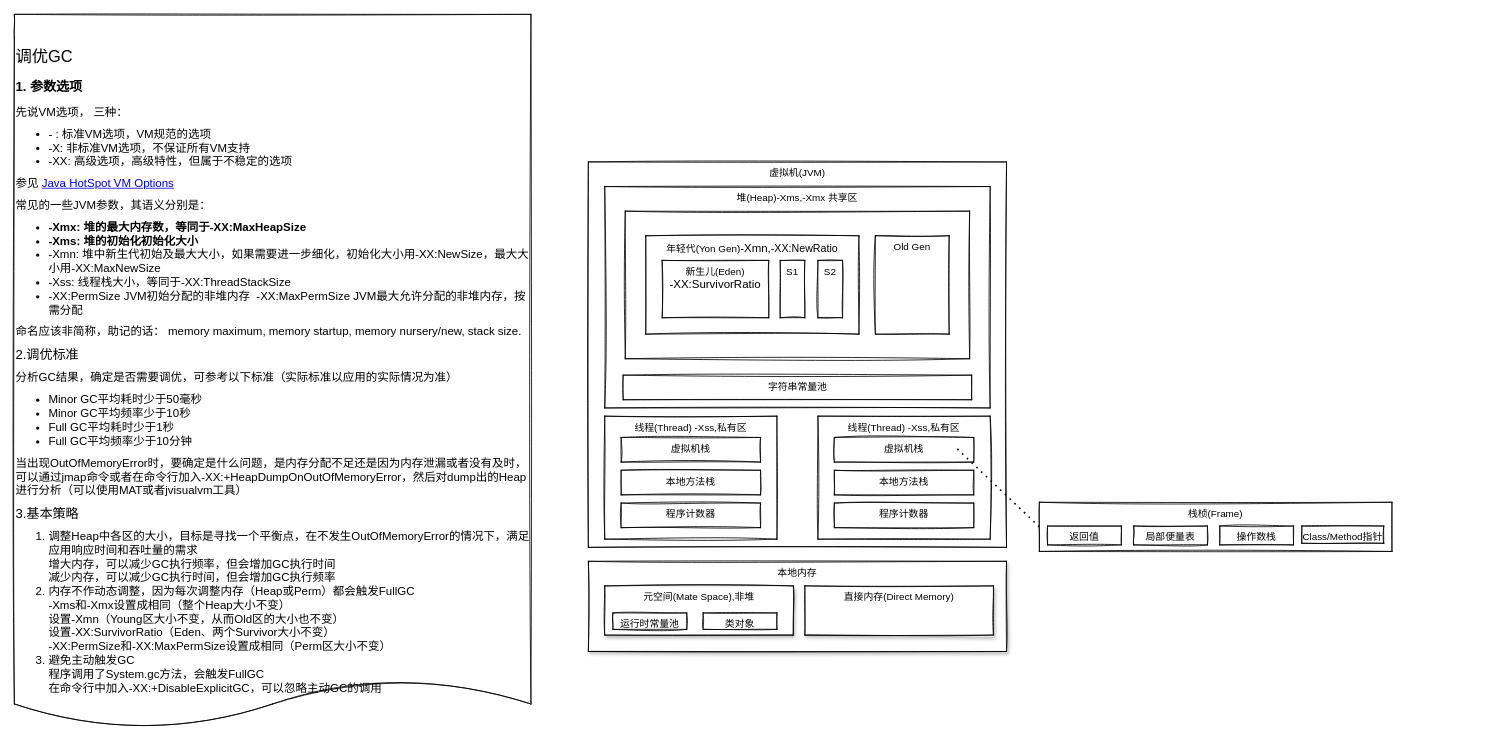
Earlier version of the draw.io diagram page "内存模型-1.8" (1 of 4) of jdk8/reader/JVM.drawio (Y-lenny/java-open). Source tidied: cells renumbered, new cells numbered last; positions are measured from the earlier drawing's top-left corner, leaving out a move shared by most shapes. Both pictures are drawn from the tidied source at 82%, with x=0, y=0 at pixel (14, 14).
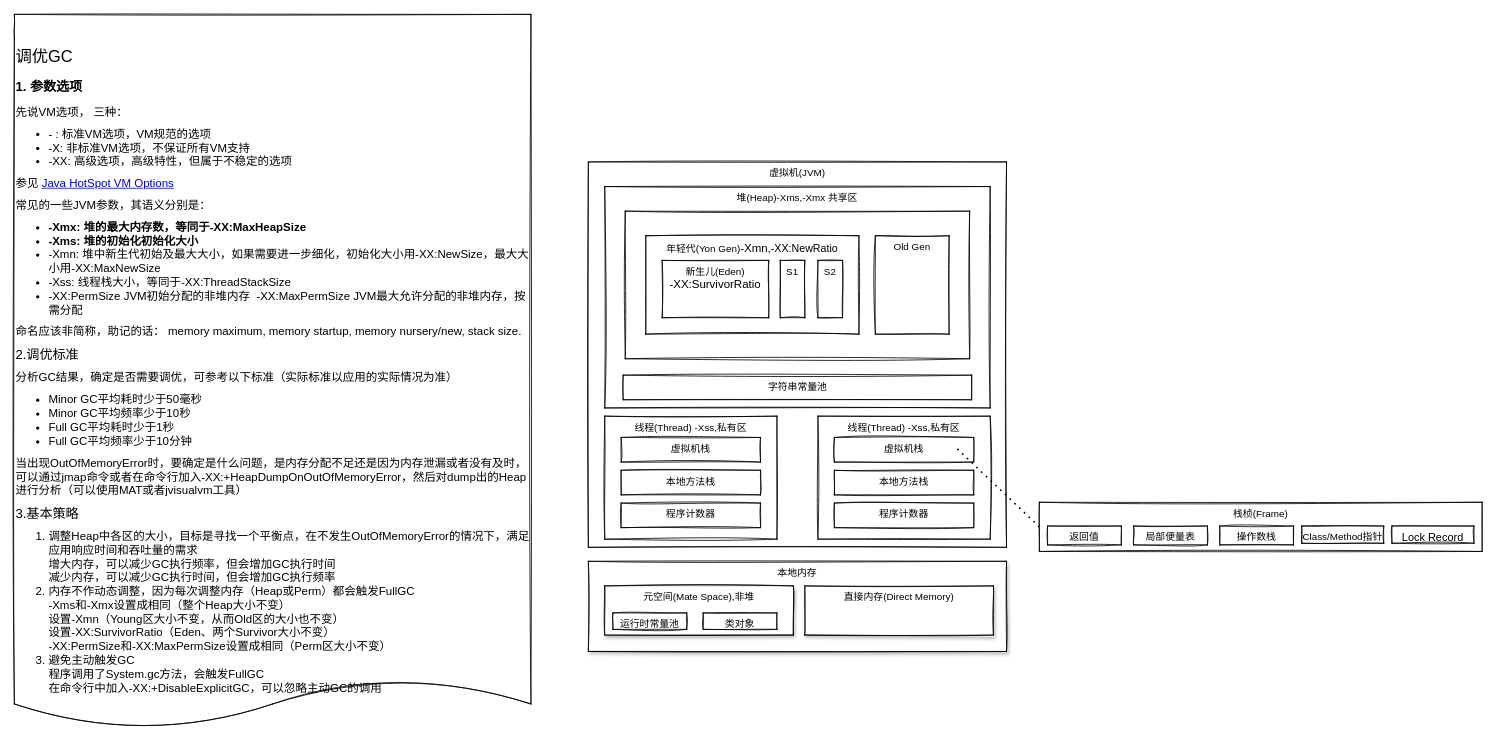
Above is the later version.

The edit, as a diff of the source:
```diff
@@
-    <mxCell id="30" style="group;" parent="1" vertex="1">
-      <mxGeometry x="1250" y="595" width="430" height="60" as="geometry" />
-    </mxCell>
+    <mxCell id="36" style="group;" parent="1" vertex="1">
+      <mxGeometry x="1250" y="595" width="540" height="60" as="geometry" />
+    </mxCell>
-    <mxCell id="31" value="栈桢(Frame)" style="whiteSpace=wrap;html=1;rounded=0;sketch=1;align=center;verticalAlign=top;" parent="30" vertex="1">
-      <mxGeometry width="430" height="60" as="geometry" />
+    <mxCell id="31" value="栈桢(Frame)" style="whiteSpace=wrap;html=1;rounded=0;sketch=1;align=center;verticalAlign=top;" parent="36" vertex="1">
+      <mxGeometry width="540" height="60" as="geometry" />
     </mxCell>
-    <mxCell id="32" value="返回值" style="rounded=0;whiteSpace=wrap;html=1;sketch=1;align=center;verticalAlign=top;" parent="30" vertex="1">
+    <mxCell id="32" value="返回值" style="rounded=0;whiteSpace=wrap;html=1;sketch=1;align=center;verticalAlign=top;" parent="36" vertex="1">
       <mxGeometry x="10" y="29" width="90" height="23" as="geometry" />
     </mxCell>
-    <mxCell id="33" value="局部便量表" style="rounded=0;whiteSpace=wrap;html=1;sketch=1;align=center;verticalAlign=top;" parent="30" vertex="1">
+    <mxCell id="33" value="局部便量表" style="rounded=0;whiteSpace=wrap;html=1;sketch=1;align=center;verticalAlign=top;" parent="36" vertex="1">
       <mxGeometry x="115" y="29" width="90" height="23" as="geometry" />
     </mxCell>
-    <mxCell id="34" value="操作数栈" style="rounded=0;whiteSpace=wrap;html=1;sketch=1;align=center;verticalAlign=top;" parent="30" vertex="1">
+    <mxCell id="34" value="操作数栈" style="rounded=0;whiteSpace=wrap;html=1;sketch=1;align=center;verticalAlign=top;" parent="36" vertex="1">
       <mxGeometry x="220" y="29" width="90" height="23" as="geometry" />
     </mxCell>
-    <mxCell id="35" value="Class/Method指针" style="rounded=0;whiteSpace=wrap;html=1;sketch=1;align=center;verticalAlign=top;" parent="30" vertex="1">
+    <mxCell id="35" value="Class/Method指针" style="rounded=0;whiteSpace=wrap;html=1;sketch=1;align=center;verticalAlign=top;" parent="36" vertex="1">
       <mxGeometry x="320" y="29" width="100" height="21" as="geometry" />
     </mxCell>
+    <mxCell id="37" value="&lt;span style=&quot;font-size: 13.3333px&quot;&gt;Lock Record&lt;/span&gt;" style="rounded=0;whiteSpace=wrap;html=1;sketch=1;align=center;verticalAlign=top;" parent="36" vertex="1">
+      <mxGeometry x="430" y="29" width="100" height="21" as="geometry" />
+    </mxCell>
```
